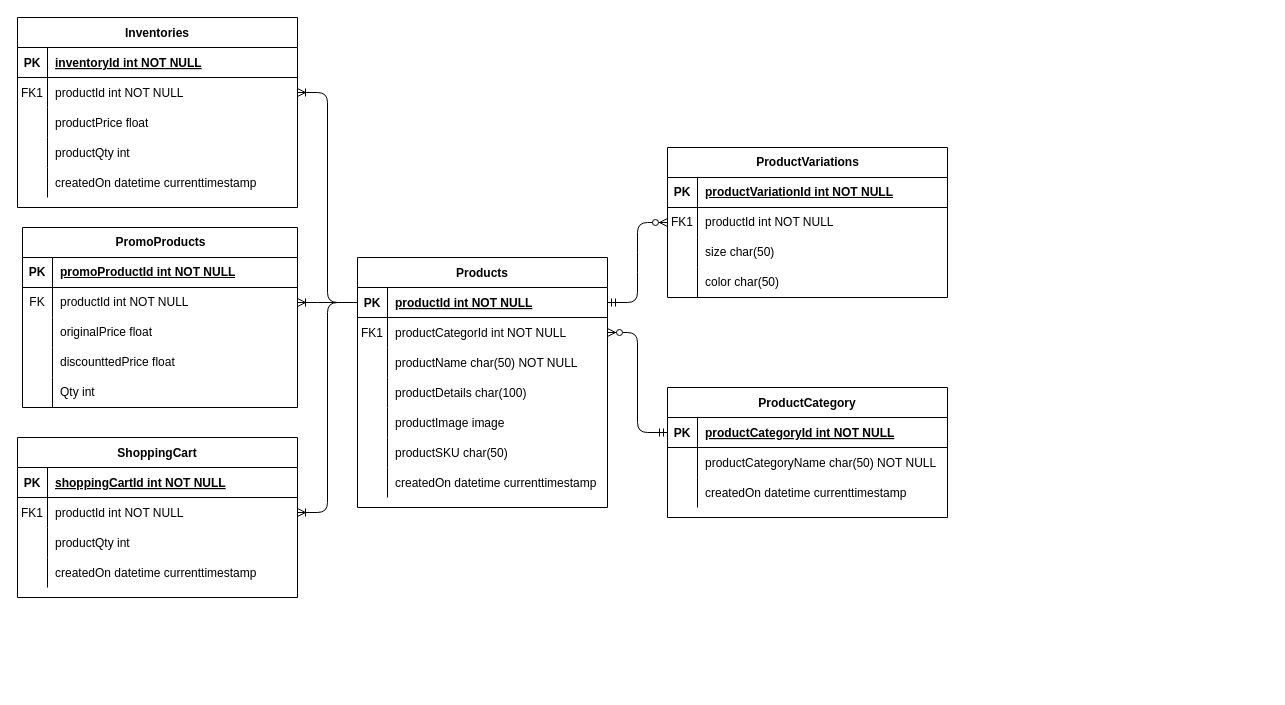
Above: page "Products" (4 of 6) of ERD.drawio in jacupan/e-commerce (draw.io), before the change. Source tidied: cells renumbered, new cells numbered last; positions are measured from the earlier drawing's top-left corner, leaving out a move shared by most shapes. Both pictures are drawn from the tidied source at 100%, with x=0, y=0 at pixel (17, 17).
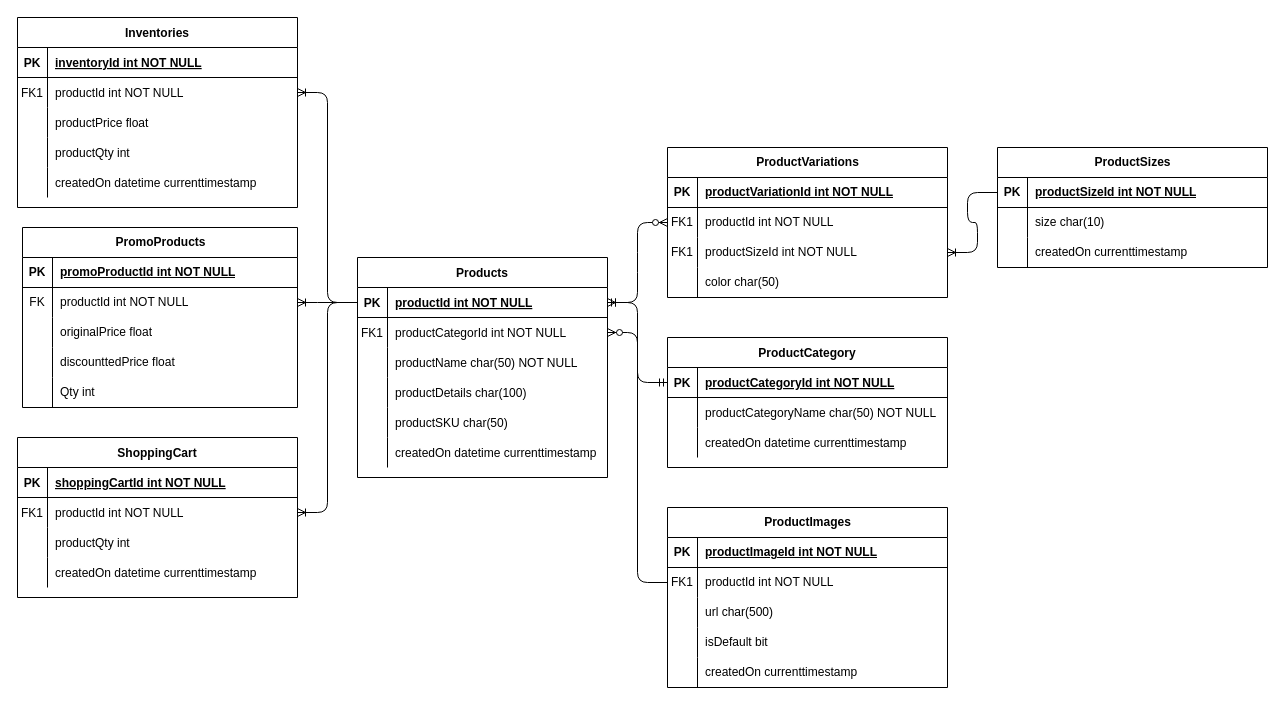
Above is the later version.

The change refers to these unchanged cells:
```xml
<mxCell id="3" style="shape=partialRectangle;fillColor=none;points=[[0,0.5],[1,0.5]];portConstraint=eastwest;top=0;left=0;right=0;bottom=1;" parent="2" vertex="1">
  <mxGeometry y="30" width="250" height="30" as="geometry" />
</mxCell>
<mxCell id="41" style="shape=tableRow;horizontal=0;startSize=0;swimlaneHead=0;swimlaneBody=0;fillColor=none;points=[[0,0.5],[1,0.5]];portConstraint=eastwest;top=0;left=0;right=0;bottom=0;" parent="34" vertex="1">
  <mxGeometry y="90" width="280" height="30" as="geometry" />
</mxCell>
```

Diff of the diagram source:
```diff
@@
     <mxCell id="2" value="Products" style="shape=table;startSize=30;childLayout=tableLayout;rowLines=0;fontStyle=1;align=center;" parent="1" vertex="1">
-      <mxGeometry x="340" y="240" width="250" height="250" as="geometry" />
+      <mxGeometry x="340" y="240" width="250" height="220" as="geometry" />
     </mxCell>
@@
-    <mxCell id="15" style="shape=partialRectangle;fillColor=none;top=0;left=0;right=0;bottom=0;" parent="2" vertex="1">
-      <mxGeometry y="150" width="250" height="30" as="geometry" />
-    </mxCell>
-    <mxCell id="16" style="shape=partialRectangle;overflow=hidden;fillColor=none;top=0;left=0;bottom=0;right=0;" parent="15" vertex="1">
-      <mxGeometry width="30" height="30" as="geometry" />
-    </mxCell>
-    <mxCell id="17" value="productImage image" style="shape=partialRectangle;overflow=hidden;fillColor=none;top=0;left=0;bottom=0;right=0;align=left;spacingLeft=6;" parent="15" vertex="1">
-      <mxGeometry x="30" width="220" height="30" as="geometry" />
-    </mxCell>
     <mxCell id="18" style="shape=partialRectangle;fillColor=none;top=0;left=0;right=0;bottom=0;" parent="2" vertex="1">
-      <mxGeometry y="180" width="250" height="30" as="geometry" />
+      <mxGeometry y="150" width="250" height="30" as="geometry" />
     </mxCell>
@@
     <mxCell id="21" style="shape=partialRectangle;fillColor=none;top=0;left=0;right=0;bottom=0;" parent="2" vertex="1">
-      <mxGeometry y="210" width="250" height="30" as="geometry" />
+      <mxGeometry y="180" width="250" height="30" as="geometry" />
     </mxCell>
@@
     <mxCell id="24" value="ProductCategory" style="shape=table;startSize=30;childLayout=tableLayout;rowLines=0;fontStyle=1;align=center;" parent="1" vertex="1">
-      <mxGeometry x="650" y="370" width="280" height="130" as="geometry" />
+      <mxGeometry x="650" y="320" width="280" height="130" as="geometry" />
     </mxCell>
@@
-    <mxCell id="42" style="shape=partialRectangle;fillColor=none;top=0;left=0;bottom=0;right=0;overflow=hidden;whiteSpace=wrap;html=1;" parent="41" vertex="1">
+    <mxCell id="42" value="FK1" style="shape=partialRectangle;fillColor=none;top=0;left=0;bottom=0;right=0;overflow=hidden;whiteSpace=wrap;html=1;" parent="41" vertex="1">
       <mxGeometry width="30" height="30" as="geometry" />
     </mxCell>
-    <mxCell id="43" value="size char(50)&amp;nbsp;" style="shape=partialRectangle;fillColor=none;top=0;left=0;bottom=0;right=0;align=left;spacingLeft=6;overflow=hidden;whiteSpace=wrap;html=1;" parent="41" vertex="1">
+    <mxCell id="43" value="productSizeId int NOT NULL" style="shape=partialRectangle;fillColor=none;top=0;left=0;bottom=0;right=0;align=left;spacingLeft=6;overflow=hidden;whiteSpace=wrap;html=1;" parent="41" vertex="1">
       <mxGeometry x="30" width="250" height="30" as="geometry" />
     </mxCell>
@@
+    <mxCell id="97" value="ProductImages" style="shape=table;startSize=30;childLayout=tableLayout;rowLines=0;fontStyle=1;align=center;html=1;" parent="1" vertex="1">
+      <mxGeometry x="650" y="490" width="280" height="180" as="geometry" />
+    </mxCell>
+    <mxCell id="98" style="shape=tableRow;horizontal=0;startSize=0;swimlaneHead=0;swimlaneBody=0;fillColor=none;top=0;left=0;right=0;bottom=1;" parent="97" vertex="1">
+      <mxGeometry y="30" width="280" height="30" as="geometry" />
+    </mxCell>
+    <mxCell id="99" value="PK" style="shape=partialRectangle;fillColor=none;top=0;left=0;bottom=0;right=0;fontStyle=1;overflow=hidden;whiteSpace=wrap;html=1;" parent="98" vertex="1">
+      <mxGeometry width="30" height="30" as="geometry" />
+    </mxCell>
+    <mxCell id="100" value="productImageId int NOT NULL" style="shape=partialRectangle;fillColor=none;top=0;left=0;bottom=0;right=0;align=left;spacingLeft=6;fontStyle=5;overflow=hidden;whiteSpace=wrap;html=1;" parent="98" vertex="1">
+      <mxGeometry x="30" width="250" height="30" as="geometry" />
+    </mxCell>
+    <mxCell id="101" style="shape=tableRow;horizontal=0;startSize=0;swimlaneHead=0;swimlaneBody=0;fillColor=none;points=[[0,0.5],[1,0.5]];portConstraint=eastwest;top=0;left=0;right=0;bottom=0;" parent="97" vertex="1">
+      <mxGeometry y="60" width="280" height="30" as="geometry" />
+    </mxCell>
+    <mxCell id="102" value="FK1" style="shape=partialRectangle;fillColor=none;top=0;left=0;bottom=0;right=0;overflow=hidden;whiteSpace=wrap;html=1;" parent="101" vertex="1">
+      <mxGeometry width="30" height="30" as="geometry" />
+    </mxCell>
+    <mxCell id="103" value="productId int NOT NULL" style="shape=partialRectangle;fillColor=none;top=0;left=0;bottom=0;right=0;align=left;spacingLeft=6;overflow=hidden;whiteSpace=wrap;html=1;" parent="101" vertex="1">
+      <mxGeometry x="30" width="250" height="30" as="geometry" />
+    </mxCell>
+    <mxCell id="104" style="shape=tableRow;horizontal=0;startSize=0;swimlaneHead=0;swimlaneBody=0;fillColor=none;top=0;left=0;right=0;bottom=0;" parent="97" vertex="1">
+      <mxGeometry y="90" width="280" height="30" as="geometry" />
+    </mxCell>
+    <mxCell id="105" style="shape=partialRectangle;fillColor=none;top=0;left=0;bottom=0;right=0;overflow=hidden;whiteSpace=wrap;html=1;" parent="104" vertex="1">
+      <mxGeometry width="30" height="30" as="geometry" />
+    </mxCell>
+    <mxCell id="106" value="url char(500)" style="shape=partialRectangle;fillColor=none;top=0;left=0;bottom=0;right=0;align=left;spacingLeft=6;overflow=hidden;whiteSpace=wrap;html=1;" parent="104" vertex="1">
+      <mxGeometry x="30" width="250" height="30" as="geometry" />
+    </mxCell>
+    <mxCell id="107" style="shape=tableRow;horizontal=0;startSize=0;swimlaneHead=0;swimlaneBody=0;fillColor=none;top=0;left=0;right=0;bottom=0;" parent="97" vertex="1">
+      <mxGeometry y="120" width="280" height="30" as="geometry" />
+    </mxCell>
+    <mxCell id="108" style="shape=partialRectangle;fillColor=none;top=0;left=0;bottom=0;right=0;overflow=hidden;whiteSpace=wrap;html=1;" parent="107" vertex="1">
+      <mxGeometry width="30" height="30" as="geometry" />
+    </mxCell>
+    <mxCell id="109" value="isDefault bit" style="shape=partialRectangle;fillColor=none;top=0;left=0;bottom=0;right=0;align=left;spacingLeft=6;overflow=hidden;whiteSpace=wrap;html=1;" parent="107" vertex="1">
+      <mxGeometry x="30" width="250" height="30" as="geometry" />
+    </mxCell>
+    <mxCell id="110" style="shape=tableRow;horizontal=0;startSize=0;swimlaneHead=0;swimlaneBody=0;fillColor=none;top=0;left=0;right=0;bottom=0;" parent="97" vertex="1">
+      <mxGeometry y="150" width="280" height="30" as="geometry" />
+    </mxCell>
+    <mxCell id="111" style="shape=partialRectangle;fillColor=none;top=0;left=0;bottom=0;right=0;overflow=hidden;whiteSpace=wrap;html=1;" parent="110" vertex="1">
+      <mxGeometry width="30" height="30" as="geometry" />
+    </mxCell>
+    <mxCell id="112" value="createdOn currenttimestamp" style="shape=partialRectangle;fillColor=none;top=0;left=0;bottom=0;right=0;align=left;spacingLeft=6;overflow=hidden;whiteSpace=wrap;html=1;" parent="110" vertex="1">
+      <mxGeometry x="30" width="250" height="30" as="geometry" />
+    </mxCell>
+    <mxCell id="113" style="edgeStyle=entityRelationEdgeStyle;fontSize=12;html=1;endArrow=ERoneToMany;rounded=1;curved=0;" parent="1" edge="1" source="101" target="3">
+      <mxGeometry relative="1" as="geometry" />
+    </mxCell>
+    <mxCell id="114" value="ProductSizes" style="shape=table;startSize=30;childLayout=tableLayout;rowLines=0;fontStyle=1;align=center;html=1;" parent="1" vertex="1">
+      <mxGeometry x="980" y="130" width="270" height="120" as="geometry" />
+    </mxCell>
+    <mxCell id="115" style="shape=tableRow;horizontal=0;startSize=0;swimlaneHead=0;swimlaneBody=0;fillColor=none;points=[[0,0.5],[1,0.5]];portConstraint=eastwest;top=0;left=0;right=0;bottom=1;" parent="114" vertex="1">
+      <mxGeometry y="30" width="270" height="30" as="geometry" />
+    </mxCell>
+    <mxCell id="116" value="PK" style="shape=partialRectangle;fillColor=none;top=0;left=0;bottom=0;right=0;fontStyle=1;overflow=hidden;whiteSpace=wrap;html=1;" parent="115" vertex="1">
+      <mxGeometry width="30" height="30" as="geometry" />
+    </mxCell>
+    <mxCell id="117" value="productSizeId int NOT NULL" style="shape=partialRectangle;fillColor=none;top=0;left=0;bottom=0;right=0;align=left;spacingLeft=6;fontStyle=5;overflow=hidden;whiteSpace=wrap;html=1;" parent="115" vertex="1">
+      <mxGeometry x="30" width="240" height="30" as="geometry" />
+    </mxCell>
+    <mxCell id="118" style="shape=tableRow;horizontal=0;startSize=0;swimlaneHead=0;swimlaneBody=0;fillColor=none;top=0;left=0;right=0;bottom=0;" parent="114" vertex="1">
+      <mxGeometry y="60" width="270" height="30" as="geometry" />
+    </mxCell>
+    <mxCell id="119" style="shape=partialRectangle;fillColor=none;top=0;left=0;bottom=0;right=0;overflow=hidden;whiteSpace=wrap;html=1;" parent="118" vertex="1">
+      <mxGeometry width="30" height="30" as="geometry" />
+    </mxCell>
+    <mxCell id="120" value="size char(10)" style="shape=partialRectangle;fillColor=none;top=0;left=0;bottom=0;right=0;align=left;spacingLeft=6;overflow=hidden;whiteSpace=wrap;html=1;" parent="118" vertex="1">
+      <mxGeometry x="30" width="240" height="30" as="geometry" />
+    </mxCell>
+    <mxCell id="121" style="shape=tableRow;horizontal=0;startSize=0;swimlaneHead=0;swimlaneBody=0;fillColor=none;top=0;left=0;right=0;bottom=0;" parent="114" vertex="1">
+      <mxGeometry y="90" width="270" height="30" as="geometry" />
+    </mxCell>
+    <mxCell id="122" style="shape=partialRectangle;fillColor=none;top=0;left=0;bottom=0;right=0;overflow=hidden;whiteSpace=wrap;html=1;" parent="121" vertex="1">
+      <mxGeometry width="30" height="30" as="geometry" />
+    </mxCell>
+    <mxCell id="123" value="createdOn&amp;nbsp;currenttimestamp" style="shape=partialRectangle;fillColor=none;top=0;left=0;bottom=0;right=0;align=left;spacingLeft=6;overflow=hidden;whiteSpace=wrap;html=1;" parent="121" vertex="1">
+      <mxGeometry x="30" width="240" height="30" as="geometry" />
+    </mxCell>
+    <mxCell id="124" style="edgeStyle=entityRelationEdgeStyle;fontSize=12;html=1;endArrow=ERoneToMany;rounded=1;exitX=0;exitY=0.5;exitDx=0;exitDy=0;curved=0;" parent="1" edge="1" source="115" target="41">
+      <mxGeometry relative="1" as="geometry" />
+    </mxCell>
```
